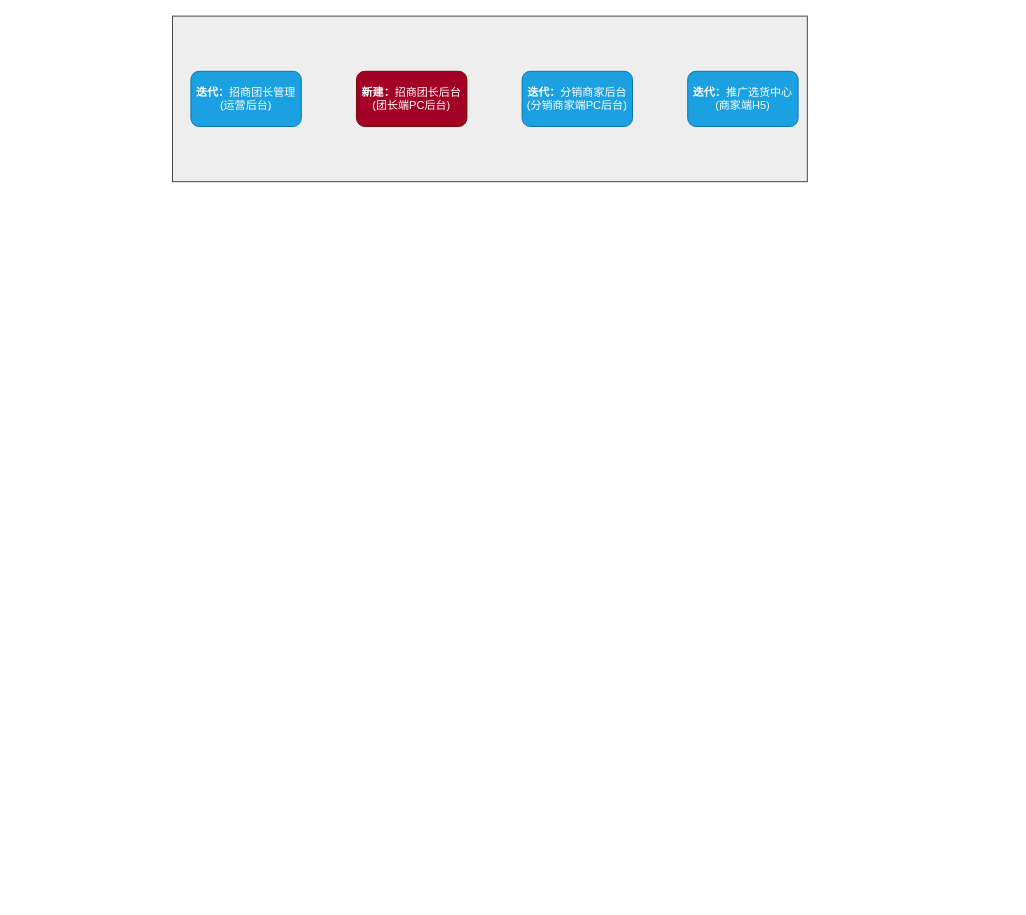
Above: Untitled Diagram.drawio in xiaohuishu/chart (draw.io), before the change. Source tidied: cells renumbered, new cells numbered last; positions are measured from the earlier drawing's top-left corner, leaving out a move shared by most shapes. Both pictures are drawn from the tidied source at 92%, with x=0, y=0 at pixel (172, 16).
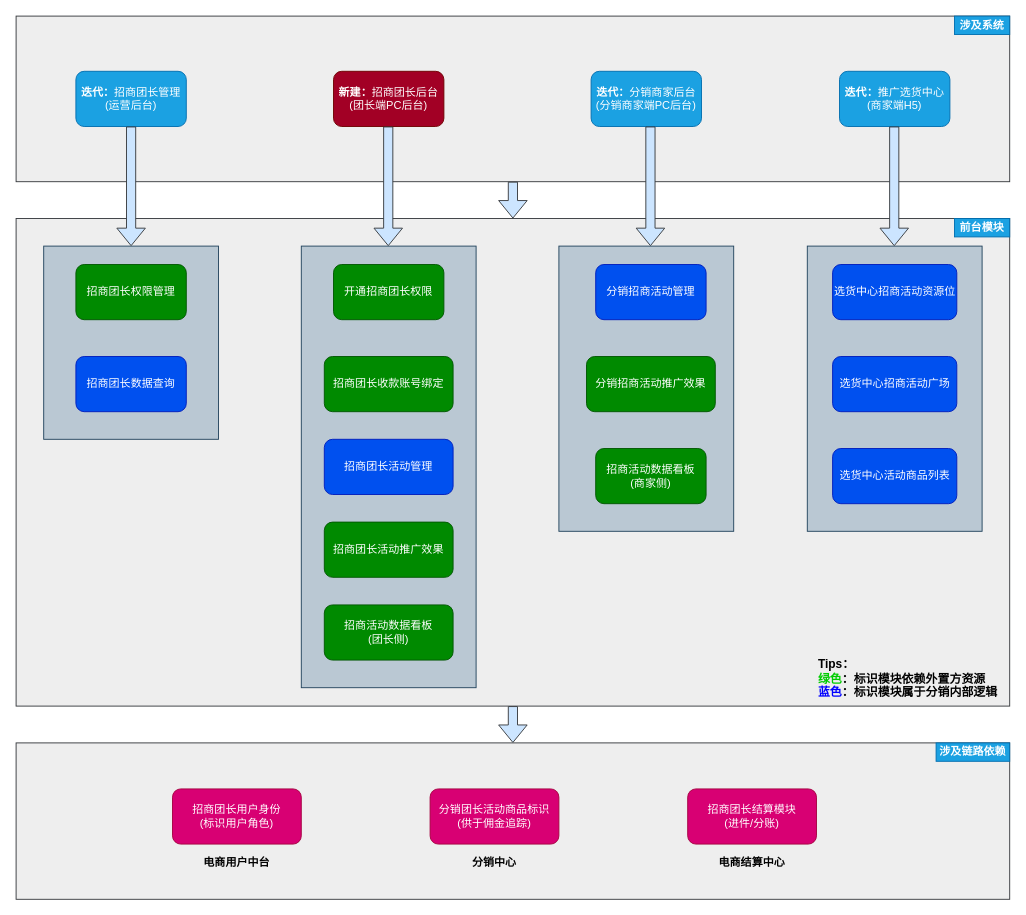
Above is the later version.

What changed in the source:
```diff
@@
+    <mxCell id="7" style="rounded=0;whiteSpace=wrap;html=1;fillColor=#eeeeee;strokeColor=#36393d;" parent="1" vertex="1">
+      <mxGeometry x="-170" y="220" width="1080" height="530" as="geometry" />
+    </mxCell>
     <mxCell id="2" style="rounded=0;whiteSpace=wrap;html=1;fillColor=#eeeeee;strokeColor=#36393d;" parent="1" vertex="1">
-      <mxGeometry width="690" height="180" as="geometry" />
+      <mxGeometry x="-170" width="1080" height="180" as="geometry" />
     </mxCell>
     <mxCell id="3" value="&lt;b&gt;迭代：&lt;/b&gt;招商团长管理&lt;br&gt;(运营后台)" style="rounded=1;whiteSpace=wrap;html=1;fillColor=#1ba1e2;strokeColor=#006EAF;fontColor=#ffffff;" parent="1" vertex="1">
-      <mxGeometry x="20" y="60" width="120" height="60" as="geometry" />
+      <mxGeometry x="-105" y="60" width="120" height="60" as="geometry" />
     </mxCell>
     <mxCell id="4" value="&lt;b&gt;新建：&lt;/b&gt;招商团长后台&lt;br&gt;(团长端PC后台)" style="rounded=1;whiteSpace=wrap;html=1;fillColor=#a20025;strokeColor=#6F0000;fontColor=#ffffff;" parent="1" vertex="1">
-      <mxGeometry x="200" y="60" width="120" height="60" as="geometry" />
+      <mxGeometry x="175" y="60" width="120" height="60" as="geometry" />
     </mxCell>
     <mxCell id="5" value="&lt;b&gt;迭代：&lt;/b&gt;分销商家后台&lt;br&gt;(分销商家端PC后台)" style="rounded=1;whiteSpace=wrap;html=1;fillColor=#1ba1e2;strokeColor=#006EAF;fontColor=#ffffff;" parent="1" vertex="1">
-      <mxGeometry x="380" y="60" width="120" height="60" as="geometry" />
+      <mxGeometry x="455" y="60" width="120" height="60" as="geometry" />
     </mxCell>
     <mxCell id="6" value="&lt;b&gt;迭代：&lt;/b&gt;推广选货中心&lt;br&gt;(商家端H5)" style="rounded=1;whiteSpace=wrap;html=1;fillColor=#1ba1e2;strokeColor=#006EAF;fontColor=#ffffff;" parent="1" vertex="1">
-      <mxGeometry x="560" y="60" width="120" height="60" as="geometry" />
+      <mxGeometry x="725" y="60" width="120" height="60" as="geometry" />
     </mxCell>
+    <mxCell id="8" style="rounded=0;whiteSpace=wrap;html=1;fillColor=#bac8d3;strokeColor=#23445d;" parent="1" vertex="1">
+      <mxGeometry x="-140" y="250" width="190" height="210" as="geometry" />
+    </mxCell>
+    <mxCell id="9" value="招商团长权限管理" style="rounded=1;whiteSpace=wrap;html=1;fillColor=#008a00;strokeColor=#005700;fontColor=#ffffff;" parent="1" vertex="1">
+      <mxGeometry x="-105" y="270" width="120" height="60" as="geometry" />
+    </mxCell>
+    <mxCell id="10" value="招商团长数据查询" style="rounded=1;whiteSpace=wrap;html=1;fillColor=#0050ef;strokeColor=#001DBC;fontColor=#ffffff;" parent="1" vertex="1">
+      <mxGeometry x="-105" y="370" width="120" height="60" as="geometry" />
+    </mxCell>
+    <mxCell id="11" style="rounded=0;whiteSpace=wrap;html=1;fillColor=#bac8d3;strokeColor=#23445d;" parent="1" vertex="1">
+      <mxGeometry x="140" y="250" width="190" height="480" as="geometry" />
+    </mxCell>
+    <mxCell id="12" value="开通招商团长权限" style="rounded=1;whiteSpace=wrap;html=1;fillColor=#008a00;strokeColor=#005700;fontColor=#ffffff;" parent="1" vertex="1">
+      <mxGeometry x="175" y="270" width="120" height="60" as="geometry" />
+    </mxCell>
+    <mxCell id="13" value="招商团长收款账号绑定" style="rounded=1;whiteSpace=wrap;html=1;fillColor=#008a00;strokeColor=#005700;fontColor=#ffffff;" parent="1" vertex="1">
+      <mxGeometry x="165" y="370" width="140" height="60" as="geometry" />
+    </mxCell>
+    <mxCell id="14" value="招商团长活动管理" style="rounded=1;whiteSpace=wrap;html=1;fillColor=#0050ef;strokeColor=#001DBC;fontColor=#ffffff;" parent="1" vertex="1">
+      <mxGeometry x="165" y="460" width="140" height="60" as="geometry" />
+    </mxCell>
+    <mxCell id="15" value="招商活动数据看板&lt;br&gt;(团长侧)" style="rounded=1;whiteSpace=wrap;html=1;fillColor=#008a00;strokeColor=#005700;fontColor=#ffffff;" parent="1" vertex="1">
+      <mxGeometry x="165" y="640" width="140" height="60" as="geometry" />
+    </mxCell>
+    <mxCell id="16" style="rounded=0;whiteSpace=wrap;html=1;fillColor=#bac8d3;strokeColor=#23445d;" parent="1" vertex="1">
+      <mxGeometry x="420" y="250" width="190" height="310" as="geometry" />
+    </mxCell>
+    <mxCell id="17" value="分销招商活动管理" style="rounded=1;whiteSpace=wrap;html=1;fillColor=#0050ef;strokeColor=#001DBC;fontColor=#ffffff;" parent="1" vertex="1">
+      <mxGeometry x="460" y="270" width="120" height="60" as="geometry" />
+    </mxCell>
+    <mxCell id="18" value="招商活动数据看板&lt;br&gt;(商家侧)" style="rounded=1;whiteSpace=wrap;html=1;fillColor=#008a00;strokeColor=#005700;fontColor=#ffffff;" parent="1" vertex="1">
+      <mxGeometry x="460" y="470" width="120" height="60" as="geometry" />
+    </mxCell>
+    <mxCell id="19" value="招商团长活动推广效果" style="rounded=1;whiteSpace=wrap;html=1;fillColor=#008a00;strokeColor=#005700;fontColor=#ffffff;" parent="1" vertex="1">
+      <mxGeometry x="165" y="550" width="140" height="60" as="geometry" />
+    </mxCell>
+    <mxCell id="20" value="分销招商活动推广效果" style="rounded=1;whiteSpace=wrap;html=1;fillColor=#008a00;strokeColor=#005700;fontColor=#ffffff;" parent="1" vertex="1">
+      <mxGeometry x="450" y="370" width="140" height="60" as="geometry" />
+    </mxCell>
+    <mxCell id="21" style="rounded=0;whiteSpace=wrap;html=1;fillColor=#bac8d3;strokeColor=#23445d;" parent="1" vertex="1">
+      <mxGeometry x="690" y="250" width="190" height="310" as="geometry" />
+    </mxCell>
+    <mxCell id="22" value="选货中心招商活动资源位" style="rounded=1;whiteSpace=wrap;html=1;fillColor=#0050ef;strokeColor=#001DBC;fontColor=#ffffff;" parent="1" vertex="1">
+      <mxGeometry x="717.5" y="270" width="135" height="60" as="geometry" />
+    </mxCell>
+    <mxCell id="23" value="选货中心招商活动广场" style="rounded=1;whiteSpace=wrap;html=1;fillColor=#0050ef;strokeColor=#001DBC;fontColor=#ffffff;" parent="1" vertex="1">
+      <mxGeometry x="717.5" y="370" width="135" height="60" as="geometry" />
+    </mxCell>
+    <mxCell id="24" value="选货中心活动商品列表" style="rounded=1;whiteSpace=wrap;html=1;fillColor=#0050ef;strokeColor=#001DBC;fontColor=#ffffff;" parent="1" vertex="1">
+      <mxGeometry x="717.5" y="470" width="135" height="60" as="geometry" />
+    </mxCell>
+    <mxCell id="25" style="shape=flexArrow;endArrow=classic;html=1;exitX=0.5;exitY=1;exitDx=0;exitDy=0;fillColor=#cce5ff;strokeColor=#36393d;" parent="1" edge="1" source="3" target="8">
+      <mxGeometry relative="1" as="geometry" />
+    </mxCell>
+    <mxCell id="26" style="shape=flexArrow;endArrow=classic;html=1;exitX=0.5;exitY=1;exitDx=0;exitDy=0;fillColor=#cce5ff;strokeColor=#36393d;" parent="1" edge="1">
+      <mxGeometry relative="1" as="geometry">
+        <mxPoint x="234.5" y="120" as="sourcePoint" />
+        <mxPoint x="234.5" y="250" as="targetPoint" />
+      </mxGeometry>
+    </mxCell>
+    <mxCell id="27" style="shape=flexArrow;endArrow=classic;html=1;exitX=0.5;exitY=1;exitDx=0;exitDy=0;fillColor=#cce5ff;strokeColor=#36393d;" parent="1" edge="1">
+      <mxGeometry relative="1" as="geometry">
+        <mxPoint x="519.5" y="120" as="sourcePoint" />
+        <mxPoint x="519.5" y="250" as="targetPoint" />
+      </mxGeometry>
+    </mxCell>
+    <mxCell id="28" style="shape=flexArrow;endArrow=classic;html=1;exitX=0.5;exitY=1;exitDx=0;exitDy=0;fillColor=#cce5ff;strokeColor=#36393d;" parent="1" edge="1">
+      <mxGeometry relative="1" as="geometry">
+        <mxPoint x="784.5" y="120" as="sourcePoint" />
+        <mxPoint x="784.5" y="250" as="targetPoint" />
+      </mxGeometry>
+    </mxCell>
+    <mxCell id="29" style="rounded=0;whiteSpace=wrap;html=1;fillColor=#eeeeee;strokeColor=#36393d;" parent="1" vertex="1">
+      <mxGeometry x="-170" y="790" width="1080" height="170" as="geometry" />
+    </mxCell>
+    <mxCell id="30" value="分销团长活动商品标识&lt;br&gt;(供于佣金追踪)" style="rounded=1;whiteSpace=wrap;html=1;fillColor=#d80073;strokeColor=#A50040;fontColor=#ffffff;" parent="1" vertex="1">
+      <mxGeometry x="280" y="840" width="140" height="60" as="geometry" />
+    </mxCell>
+    <mxCell id="31" value="招商团长结算模块&lt;br&gt;(进件/分账)" style="rounded=1;whiteSpace=wrap;html=1;fillColor=#d80073;strokeColor=#A50040;fontColor=#ffffff;" parent="1" vertex="1">
+      <mxGeometry x="560" y="840" width="140" height="60" as="geometry" />
+    </mxCell>
+    <mxCell id="32" value="招商团长用户身份&lt;br&gt;(标识用户角色)" style="rounded=1;whiteSpace=wrap;html=1;fillColor=#d80073;strokeColor=#A50040;fontColor=#ffffff;" parent="1" vertex="1">
+      <mxGeometry y="840" width="140" height="60" as="geometry" />
+    </mxCell>
+    <mxCell id="33" style="shape=flexArrow;endArrow=classic;html=1;exitX=0.5;exitY=1;exitDx=0;exitDy=0;fillColor=#cce5ff;strokeColor=#36393d;entryX=0.5;entryY=0;entryDx=0;entryDy=0;" parent="1" edge="1" source="7" target="29">
+      <mxGeometry relative="1" as="geometry" />
+    </mxCell>
+    <mxCell id="34" style="shape=flexArrow;endArrow=classic;html=1;exitX=0.5;exitY=1;exitDx=0;exitDy=0;fillColor=#cce5ff;strokeColor=#36393d;entryX=0.5;entryY=0;entryDx=0;entryDy=0;" parent="1" edge="1" source="2" target="7">
+      <mxGeometry relative="1" as="geometry" />
+    </mxCell>
+    <mxCell id="35" value="&lt;b&gt;涉及系统&lt;/b&gt;" style="text;html=1;strokeColor=#006EAF;fillColor=#1ba1e2;align=center;verticalAlign=middle;whiteSpace=wrap;rounded=0;fontColor=#ffffff;" parent="1" vertex="1">
+      <mxGeometry x="850" width="60" height="20" as="geometry" />
+    </mxCell>
+    <mxCell id="36" value="&lt;b&gt;前台模块&lt;/b&gt;" style="text;html=1;strokeColor=#006EAF;fillColor=#1ba1e2;align=center;verticalAlign=middle;whiteSpace=wrap;rounded=0;fontColor=#ffffff;" parent="1" vertex="1">
+      <mxGeometry x="850" y="220" width="60" height="20" as="geometry" />
+    </mxCell>
+    <mxCell id="37" value="&lt;b&gt;涉及链路依赖&lt;/b&gt;" style="text;html=1;strokeColor=#006EAF;fillColor=#1ba1e2;align=center;verticalAlign=middle;whiteSpace=wrap;rounded=0;fontColor=#ffffff;" parent="1" vertex="1">
+      <mxGeometry x="830" y="790" width="80" height="20" as="geometry" />
+    </mxCell>
+    <mxCell id="38" value="&lt;b&gt;电商用户中台&lt;/b&gt;" style="text;html=1;strokeColor=none;fillColor=none;align=center;verticalAlign=middle;whiteSpace=wrap;rounded=0;" parent="1" vertex="1">
+      <mxGeometry x="20" y="910" width="100" height="20" as="geometry" />
+    </mxCell>
+    <mxCell id="39" value="&lt;b&gt;分销中心&lt;/b&gt;" style="text;html=1;strokeColor=none;fillColor=none;align=center;verticalAlign=middle;whiteSpace=wrap;rounded=0;" parent="1" vertex="1">
+      <mxGeometry x="300" y="910" width="100" height="20" as="geometry" />
+    </mxCell>
+    <mxCell id="40" value="&lt;b&gt;电商结算中心&lt;/b&gt;" style="text;html=1;strokeColor=none;fillColor=none;align=center;verticalAlign=middle;whiteSpace=wrap;rounded=0;" parent="1" vertex="1">
+      <mxGeometry x="580" y="910" width="100" height="20" as="geometry" />
+    </mxCell>
+    <mxCell id="41" style="edgeStyle=orthogonalEdgeStyle;rounded=0;orthogonalLoop=1;jettySize=auto;html=1;exitX=0.5;exitY=1;exitDx=0;exitDy=0;" parent="1" edge="1" source="40" target="40">
+      <mxGeometry relative="1" as="geometry" />
+    </mxCell>
+    <mxCell id="42" value="&lt;b style=&quot;font-size: 13px&quot;&gt;Tips：&lt;br&gt;&lt;font color=&quot;#00cc00&quot; style=&quot;font-size: 13px&quot;&gt;绿色&lt;/font&gt;：标识模块依赖外置方资源&lt;br&gt;&lt;font color=&quot;#0000ff&quot; style=&quot;font-size: 13px&quot;&gt;蓝色&lt;/font&gt;：标识模块属于分销内部逻辑&lt;/b&gt;" style="text;html=1;strokeColor=none;fillColor=none;align=left;verticalAlign=middle;whiteSpace=wrap;rounded=0;" parent="1" vertex="1">
+      <mxGeometry x="700" y="690" width="210" height="60" as="geometry" />
+    </mxCell>
```
